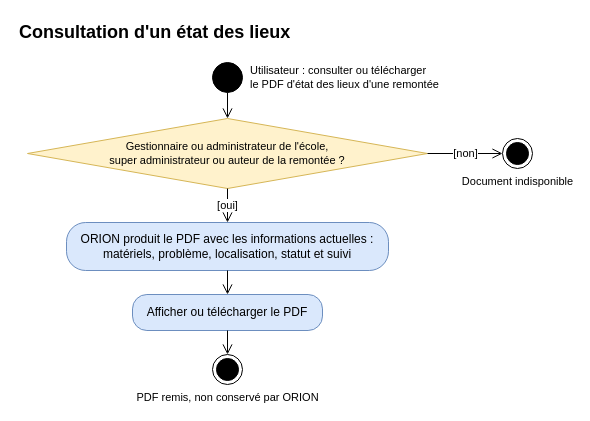
Earlier version of the draw.io diagram page "Consultation d’un état des lieux" (3 of 10) of docs/02-ANALYSE/01-MODELISATION-METIER/02-DIAGRAMMES-ACTIVITE.drawio (bpierrelouis/aster). Source tidied: cells renumbered, new cells numbered last; positions are measured from the earlier drawing's top-left corner, leaving out a move shared by most shapes. Both pictures are drawn from the tidied source at 100%, with x=0, y=0 at pixel (17, 17).
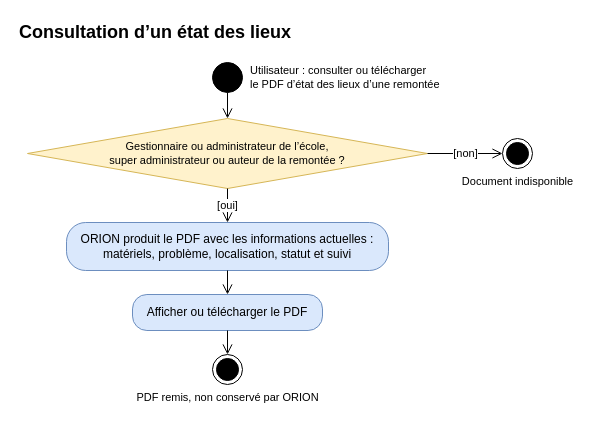
The same page after the edit.

Change to the diagram source:
```diff
@@
 <mxGraphModel>
   <root>
     <mxCell id="0" />
     <mxCell id="1" parent="0" />
-    <mxCell id="2" value="Consultation d'un état des lieux" style="text;html=1;align=left;verticalAlign=middle;strokeColor=none;fillColor=none;fontSize=18;fontStyle=1;" parent="1" vertex="1">
+    <mxCell id="2" value="Consultation d’un état des lieux" style="text;html=1;align=left;verticalAlign=middle;strokeColor=none;fillColor=none;fontSize=18;fontStyle=1;" parent="1" vertex="1">
       <mxGeometry width="260" height="30" as="geometry" />
     </mxCell>
-    <mxCell id="3" value="Utilisateur : consulter ou télécharger&lt;br&gt;le PDF d'état des lieux d'une remontée" style="ellipse;html=1;fillColor=#000000;strokeColor=#000000;fontSize=11;labelPosition=right;verticalLabelPosition=middle;align=left;verticalAlign=middle;spacingLeft=6;" parent="1" vertex="1">
+    <mxCell id="3" value="Utilisateur : consulter ou télécharger&lt;br&gt;le PDF d’état des lieux d’une remontée" style="ellipse;html=1;fillColor=#000000;strokeColor=#000000;fontSize=11;labelPosition=right;verticalLabelPosition=middle;align=left;verticalAlign=middle;spacingLeft=6;" parent="1" vertex="1">
       <mxGeometry x="195" y="45" width="30" height="30" as="geometry" />
     </mxCell>
-    <mxCell id="4" value="Gestionnaire ou administrateur de l'école,&lt;br&gt;super administrateur ou auteur de la remontée ?" style="rhombus;whiteSpace=wrap;html=1;fontSize=11;fillColor=#fff2cc;strokeColor=#d6b656;" parent="1" vertex="1">
+    <mxCell id="4" value="Gestionnaire ou administrateur de l’école,&lt;br&gt;super administrateur ou auteur de la remontée ?" style="rhombus;whiteSpace=wrap;html=1;fontSize=11;fillColor=#fff2cc;strokeColor=#d6b656;" parent="1" vertex="1">
       <mxGeometry x="10" y="101" width="400" height="70" as="geometry" />
     </mxCell>
     <mxCell id="5" value="Document indisponible" style="ellipse;html=1;shape=endState;fillColor=#000000;strokeColor=#000000;verticalLabelPosition=bottom;verticalAlign=top;fontSize=11;" parent="1" vertex="1">
       <mxGeometry x="485" y="121" width="30" height="30" as="geometry" />
     </mxCell>
     <mxCell id="6" value="ORION produit le PDF avec les informations actuelles :&lt;br&gt;matériels, problème, localisation, statut et suivi" style="rounded=1;arcSize=40;whiteSpace=wrap;html=1;fontSize=12;fillColor=#dae8fc;strokeColor=#6c8ebf;" parent="1" vertex="1">
       <mxGeometry x="49" y="205" width="322" height="48" as="geometry" />
     </mxCell>
     <mxCell id="7" value="Afficher ou télécharger le PDF" style="rounded=1;arcSize=40;whiteSpace=wrap;html=1;fontSize=12;fillColor=#dae8fc;strokeColor=#6c8ebf;" parent="1" vertex="1">
       <mxGeometry x="115" y="277" width="190" height="36" as="geometry" />
     </mxCell>
     <mxCell id="8" value="PDF remis, non conservé par ORION" style="ellipse;html=1;shape=endState;fillColor=#000000;strokeColor=#000000;verticalLabelPosition=bottom;verticalAlign=top;fontSize=11;" parent="1" vertex="1">
       <mxGeometry x="195" y="337" width="30" height="30" as="geometry" />
     </mxCell>
     <mxCell id="9" style="edgeStyle=orthogonalEdgeStyle;endArrow=open;endSize=8;html=1;rounded=0;fontSize=11;labelBackgroundColor=#ffffff;exitX=0.5;exitY=1;exitDx=0;exitDy=0;entryX=0.5;entryY=0;entryDx=0;entryDy=0;" parent="1" edge="1" source="3" target="4">
       <mxGeometry relative="1" as="geometry" />
     </mxCell>
     <mxCell id="10" value="[non]" style="edgeStyle=orthogonalEdgeStyle;endArrow=open;endSize=8;html=1;rounded=0;fontSize=11;labelBackgroundColor=#ffffff;exitX=1;exitY=0.5;exitDx=0;exitDy=0;entryX=0;entryY=0.5;entryDx=0;entryDy=0;" parent="1" edge="1" source="4" target="5">
       <mxGeometry relative="1" as="geometry" />
     </mxCell>
     <mxCell id="11" value="[oui]" style="edgeStyle=orthogonalEdgeStyle;endArrow=open;endSize=8;html=1;rounded=0;fontSize=11;labelBackgroundColor=#ffffff;exitX=0.5;exitY=1;exitDx=0;exitDy=0;entryX=0.5;entryY=0;entryDx=0;entryDy=0;" parent="1" edge="1" source="4" target="6">
       <mxGeometry relative="1" as="geometry" />
     </mxCell>
     <mxCell id="12" style="edgeStyle=orthogonalEdgeStyle;endArrow=open;endSize=8;html=1;rounded=0;fontSize=11;labelBackgroundColor=#ffffff;exitX=0.5;exitY=1;exitDx=0;exitDy=0;entryX=0.5;entryY=0;entryDx=0;entryDy=0;" parent="1" edge="1" source="6" target="7">
       <mxGeometry relative="1" as="geometry" />
     </mxCell>
     <mxCell id="13" style="edgeStyle=orthogonalEdgeStyle;endArrow=open;endSize=8;html=1;rounded=0;fontSize=11;labelBackgroundColor=#ffffff;exitX=0.5;exitY=1;exitDx=0;exitDy=0;entryX=0.5;entryY=0;entryDx=0;entryDy=0;" parent="1" edge="1" source="7" target="8">
       <mxGeometry relative="1" as="geometry" />
     </mxCell>
   </root>
 </mxGraphModel>
```
